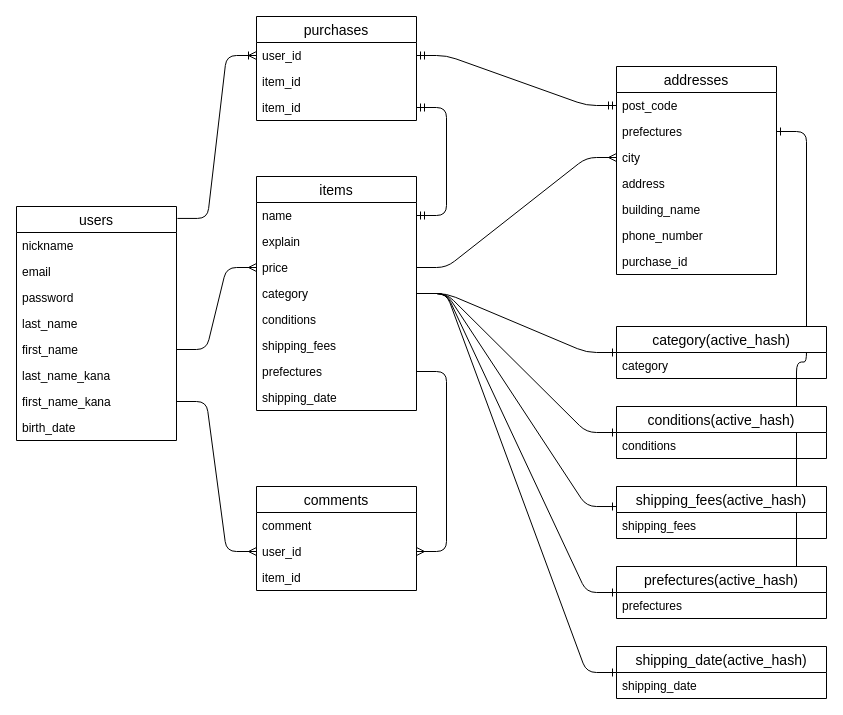
Before: ER図/furuma-29752.dio in hiro7778/furima-29752, a draw.io diagram. Source tidied: cells renumbered, new cells numbered last; positions are measured from the earlier drawing's top-left corner, leaving out a move shared by most shapes. Both pictures are drawn from the tidied source at 100%, with x=0, y=0 at pixel (16, 16).
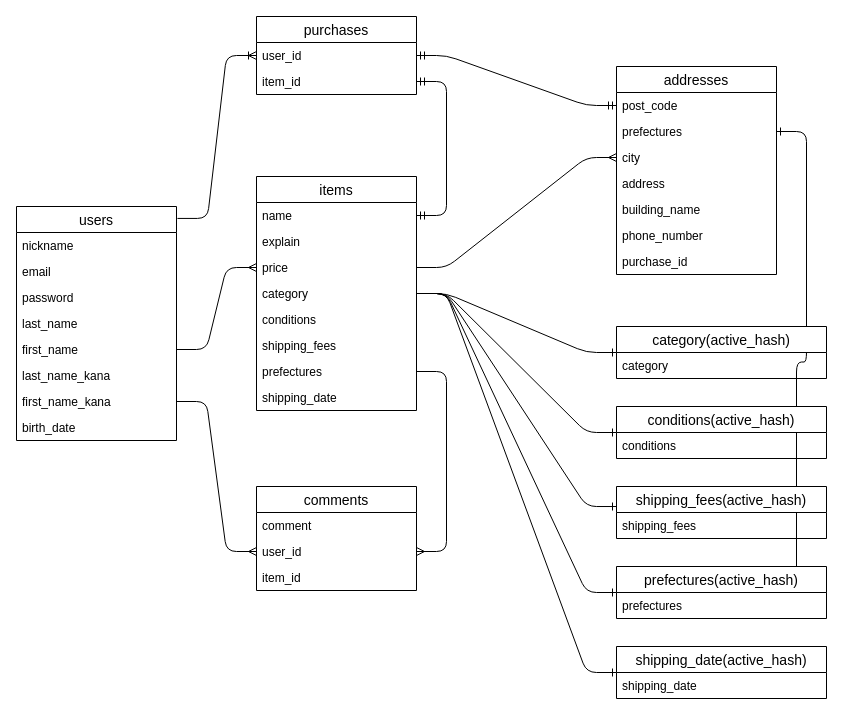
Above is the later version.

Unchanged cells that the change refers to:
```xml
<mxCell id="37" value="name" style="text;strokeColor=none;fillColor=none;spacingLeft=4;spacingRight=4;overflow=hidden;points=[[0,0.5],[1,0.5]];portConstraint=eastwest;fontSize=12;" parent="36" vertex="1">
  <mxGeometry y="26" width="160" height="26" as="geometry" />
</mxCell>
<mxCell id="57" value="item_id" style="text;strokeColor=none;fillColor=none;spacingLeft=4;spacingRight=4;overflow=hidden;points=[[0,0.5],[1,0.5]];portConstraint=eastwest;fontSize=12;" parent="55" vertex="1">
  <mxGeometry y="52" width="160" height="26" as="geometry" />
</mxCell>
```

What changed in the source:
```diff
@@
-    <mxCell id="53" style="edgeStyle=entityRelationEdgeStyle;fontSize=12;html=1;endArrow=ERmandOne;startArrow=ERmandOne;exitX=1;exitY=0.5;exitDx=0;exitDy=0;" parent="1" edge="1" source="37" target="58">
+    <mxCell id="53" style="edgeStyle=entityRelationEdgeStyle;fontSize=12;html=1;endArrow=ERmandOne;startArrow=ERmandOne;exitX=1;exitY=0.5;exitDx=0;exitDy=0;" parent="1" edge="1" source="37" target="57">
       <mxGeometry relative="1" as="geometry" />
     </mxCell>
@@
     <mxCell id="55" value="purchases" style="swimlane;fontStyle=0;horizontal=1;startSize=26;align=center;fontSize=14;" parent="1" vertex="1">
-      <mxGeometry x="240" width="160" height="104" as="geometry" />
+      <mxGeometry x="240" width="160" height="78" as="geometry" />
     </mxCell>
@@
-    <mxCell id="58" value="item_id" style="text;strokeColor=none;fillColor=none;spacingLeft=4;spacingRight=4;overflow=hidden;points=[[0,0.5],[1,0.5]];portConstraint=eastwest;fontSize=12;" parent="55" vertex="1">
-      <mxGeometry y="78" width="160" height="26" as="geometry" />
-    </mxCell>
```
